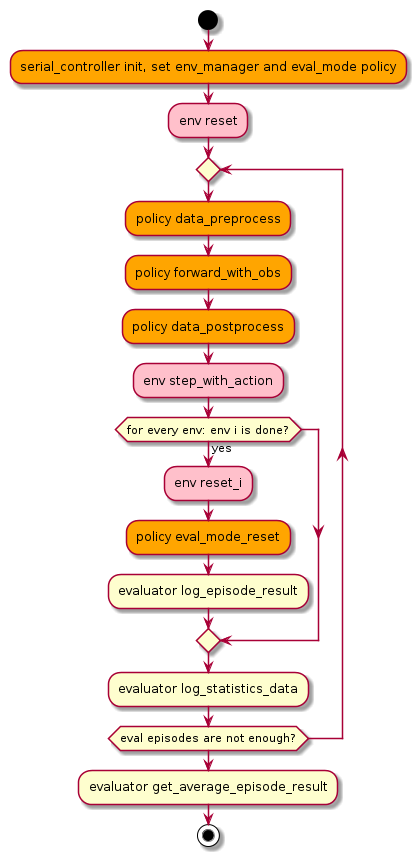
opendilab/DI-engine keeps this PlantUML diagram as nervex/design/serial_evaluator.png. Above is the earlier version.
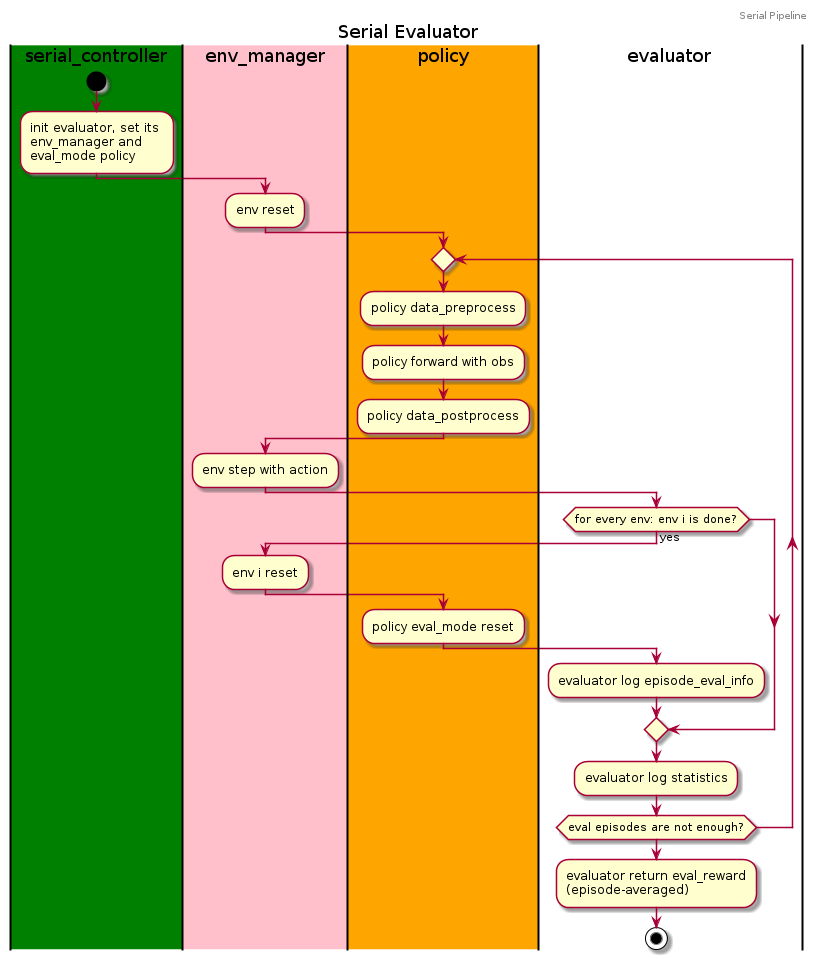
After the change.

Commit message:
modify serial uml

Change to the diagram source:
```diff
@@ -1,19 +1,36 @@
 @startuml
+header Serial Pipeline
+title Serial Evaluator
+
+|#green|serial_controller|
+|#pink|env_manager|
+|#orange|policy|
+|evaluator|
+
+|#green|serial_controller|
 start
-#orange:serial_controller init, set env_manager and eval_mode policy;
-#pink:env reset;
+:init evaluator, set its \nenv_manager and \neval_mode policy;
+|#pink|env_manager|
+:env reset;
 repeat
-  #orange:policy data_preprocess;
-  #orange:policy forward_with_obs;
-  #orange:policy data_postprocess;
-  #pink:env step_with_action;
+  |#orange|policy|
+  :policy data_preprocess;
+  :policy forward with obs;
+  :policy data_postprocess;
+  |#pink|env_manager|
+  :env step with action;
+  |evaluator|
   if (for every env: env i is done?) then (yes)
-    #pink:env reset_i;
-    #orange:policy eval_mode_reset;
-    :evaluator log_episode_result;
+    |#pink|env_manager|
+    :env i reset;
+    |#orange|policy|
+    :policy eval_mode reset;
+    |evaluator|
+    :evaluator log episode_eval_info;
   endif
-  :evaluator log_statistics_data;
+  :evaluator log statistics;
 repeat while (eval episodes are not enough?)
-:evaluator get_average_episode_result;
+|evaluator|
+:evaluator return eval_reward\n(episode-averaged);
 stop
 @enduml
```
